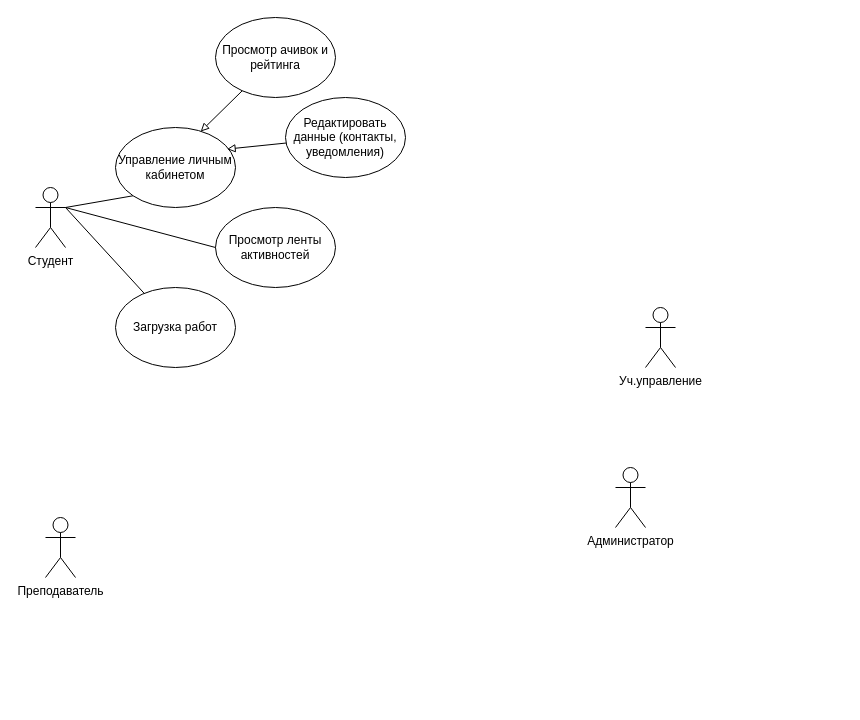
danaddi/draw.io keeps this draw.io diagram as pis2.drawio. Above is the earlier version. Source tidied: cells renumbered, new cells numbered last; positions are measured from the earlier drawing's top-left corner, leaving out a move shared by most shapes. Both pictures are drawn from the tidied source at 100%, with x=0, y=0 at pixel (35, 17).
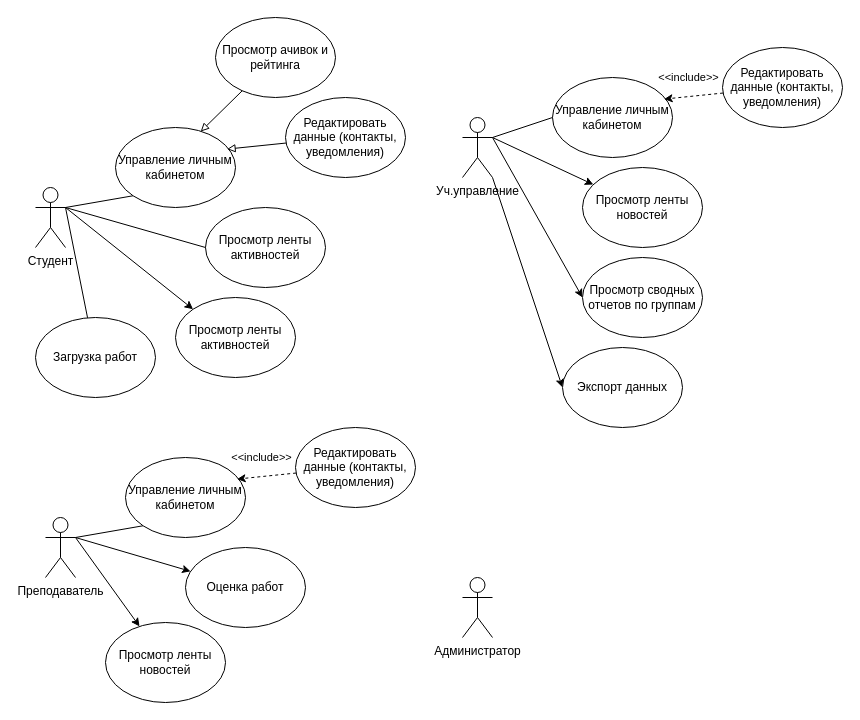
The same page after the edit.

The change refers to these unchanged cells:
```xml
<mxCell id="4" value="Преподаватель" style="shape=umlActor;verticalLabelPosition=bottom;verticalAlign=top;html=1;outlineConnect=0;" parent="1" vertex="1">
  <mxGeometry x="10" y="500" width="30" height="60" as="geometry" />
</mxCell>
```

What changed in the source:
```diff
@@
+    <mxCell id="16" style="rounded=0;jettySize=auto;html=1;entryX=0;entryY=0;entryDx=0;entryDy=0;" parent="1" edge="1" target="21">
+      <mxGeometry relative="1" as="geometry">
+        <mxPoint x="30" y="190" as="sourcePoint" />
+      </mxGeometry>
+    </mxCell>
@@
+    <mxCell id="17" style="rounded=0;jettySize=auto;html=1;exitX=1;exitY=0.3333333333333333;exitDx=0;exitDy=0;exitPerimeter=0;" parent="1" edge="1" source="4" target="27">
+      <mxGeometry relative="1" as="geometry" />
+    </mxCell>
+    <mxCell id="18" style="rounded=0;jettySize=auto;html=1;" parent="1" edge="1" target="28">
+      <mxGeometry relative="1" as="geometry">
+        <mxPoint x="40" y="520" as="sourcePoint" />
+      </mxGeometry>
+    </mxCell>
@@
+    <mxCell id="19" style="rounded=0;jettySize=auto;html=1;exitX=1;exitY=0.3333333333333333;exitDx=0;exitDy=0;exitPerimeter=0;entryX=0;entryY=0.5;entryDx=0;entryDy=0;" parent="1" edge="1" source="5" target="36">
+      <mxGeometry relative="1" as="geometry" />
+    </mxCell>
+    <mxCell id="20" style="rounded=0;jettySize=auto;html=1;exitX=1;exitY=1;exitDx=0;exitDy=0;exitPerimeter=0;entryX=0;entryY=0.5;entryDx=0;entryDy=0;" parent="1" edge="1" source="5" target="37">
+      <mxGeometry relative="1" as="geometry" />
+    </mxCell>
     <mxCell id="5" value="Уч.управление" style="shape=umlActor;verticalLabelPosition=bottom;verticalAlign=top;html=1;outlineConnect=0;" parent="1" vertex="1">
-      <mxGeometry x="610" y="290" width="30" height="60" as="geometry" />
+      <mxGeometry x="427" y="100" width="30" height="60" as="geometry" />
     </mxCell>
     <mxCell id="6" value="Администратор" style="shape=umlActor;verticalLabelPosition=bottom;verticalAlign=top;html=1;" parent="1" vertex="1">
-      <mxGeometry x="580" y="450" width="30" height="60" as="geometry" />
+      <mxGeometry x="427" y="560" width="30" height="60" as="geometry" />
     </mxCell>
@@
     <mxCell id="8" value="Просмотр ленты активностей" style="ellipse;whiteSpace=wrap;html=1;" parent="1" vertex="1">
-      <mxGeometry x="180" y="190" width="120" height="80" as="geometry" />
+      <mxGeometry x="170" y="190" width="120" height="80" as="geometry" />
     </mxCell>
     <mxCell id="9" value="Загрузка работ" style="ellipse;whiteSpace=wrap;html=1;" parent="1" vertex="1">
-      <mxGeometry x="80" y="270" width="120" height="80" as="geometry" />
+      <mxGeometry y="300" width="120" height="80" as="geometry" />
     </mxCell>
@@
+    <mxCell id="21" value="Просмотр ленты активностей" style="ellipse;whiteSpace=wrap;html=1;" parent="1" vertex="1">
+      <mxGeometry x="140" y="280" width="120" height="80" as="geometry" />
+    </mxCell>
+    <mxCell id="22" style="rounded=0;jettySize=auto;html=1;exitX=1;exitY=0.3333333333333333;exitDx=0;exitDy=0;exitPerimeter=0;entryX=0;entryY=1;entryDx=0;entryDy=0;endArrow=none;endFill=0;" parent="1" edge="1" target="23">
+      <mxGeometry relative="1" as="geometry">
+        <mxPoint x="40" y="520" as="sourcePoint" />
+      </mxGeometry>
+    </mxCell>
+    <mxCell id="23" value="Управление личным кабинетом" style="ellipse;whiteSpace=wrap;html=1;" parent="1" vertex="1">
+      <mxGeometry x="90" y="440" width="120" height="80" as="geometry" />
+    </mxCell>
+    <mxCell id="24" value="Редактировать данные (контакты, уведомления)" style="ellipse;whiteSpace=wrap;html=1;" parent="1" vertex="1">
+      <mxGeometry x="260" y="410" width="120" height="80" as="geometry" />
+    </mxCell>
+    <mxCell id="25" style="rounded=0;jettySize=auto;html=1;entryX=0.93;entryY=0.27;entryDx=0;entryDy=0;entryPerimeter=0;endArrow=classic;endFill=1;dashed=1;" parent="1" edge="1" source="24" target="23">
+      <mxGeometry relative="1" as="geometry" />
+    </mxCell>
+    <mxCell id="26" value="&amp;lt;&amp;lt;include&amp;gt;&amp;gt;" style="edgeLabel;html=1;align=center;verticalAlign=middle;" parent="25" vertex="1">
+      <mxGeometry x="-0.02" relative="1" as="geometry">
+        <mxPoint x="-6" y="-19" as="offset" />
+      </mxGeometry>
+    </mxCell>
+    <mxCell id="27" value="Оценка работ" style="ellipse;whiteSpace=wrap;html=1;" parent="1" vertex="1">
+      <mxGeometry x="150" y="530" width="120" height="80" as="geometry" />
+    </mxCell>
+    <mxCell id="28" value="Просмотр ленты новостей" style="ellipse;whiteSpace=wrap;html=1;" parent="1" vertex="1">
+      <mxGeometry x="70" y="605" width="120" height="80" as="geometry" />
+    </mxCell>
+    <mxCell id="29" value="Управление личным кабинетом" style="ellipse;whiteSpace=wrap;html=1;" parent="1" vertex="1">
+      <mxGeometry x="517" y="60" width="120" height="80" as="geometry" />
+    </mxCell>
+    <mxCell id="30" value="Редактировать данные (контакты, уведомления)" style="ellipse;whiteSpace=wrap;html=1;" parent="1" vertex="1">
+      <mxGeometry x="687" y="30" width="120" height="80" as="geometry" />
+    </mxCell>
+    <mxCell id="31" style="rounded=0;jettySize=auto;html=1;entryX=0.93;entryY=0.27;entryDx=0;entryDy=0;entryPerimeter=0;endArrow=classic;endFill=1;dashed=1;" parent="1" edge="1" source="30" target="29">
+      <mxGeometry relative="1" as="geometry" />
+    </mxCell>
+    <mxCell id="32" value="&amp;lt;&amp;lt;include&amp;gt;&amp;gt;" style="edgeLabel;html=1;align=center;verticalAlign=middle;" parent="31" vertex="1">
+      <mxGeometry x="-0.02" relative="1" as="geometry">
+        <mxPoint x="-6" y="-19" as="offset" />
+      </mxGeometry>
+    </mxCell>
+    <mxCell id="33" style="rounded=0;jettySize=auto;html=1;entryX=0;entryY=0.5;entryDx=0;entryDy=0;endArrow=none;endFill=0;exitX=1;exitY=0.3333333333333333;exitDx=0;exitDy=0;exitPerimeter=0;" parent="1" edge="1" source="5" target="29">
+      <mxGeometry relative="1" as="geometry" />
+    </mxCell>
+    <mxCell id="34" style="rounded=0;jettySize=auto;html=1;exitX=1;exitY=0.3333333333333333;exitDx=0;exitDy=0;exitPerimeter=0;" parent="1" edge="1" source="5" target="35">
+      <mxGeometry relative="1" as="geometry" />
+    </mxCell>
+    <mxCell id="35" value="Просмотр ленты новостей" style="ellipse;whiteSpace=wrap;html=1;" parent="1" vertex="1">
+      <mxGeometry x="547" y="150" width="120" height="80" as="geometry" />
+    </mxCell>
+    <mxCell id="36" value="Просмотр сводных отчетов по группам" style="ellipse;whiteSpace=wrap;html=1;" parent="1" vertex="1">
+      <mxGeometry x="547" y="240" width="120" height="80" as="geometry" />
+    </mxCell>
+    <mxCell id="37" value="Экспорт данных" style="ellipse;whiteSpace=wrap;html=1;" parent="1" vertex="1">
+      <mxGeometry x="527" y="330" width="120" height="80" as="geometry" />
+    </mxCell>
```
